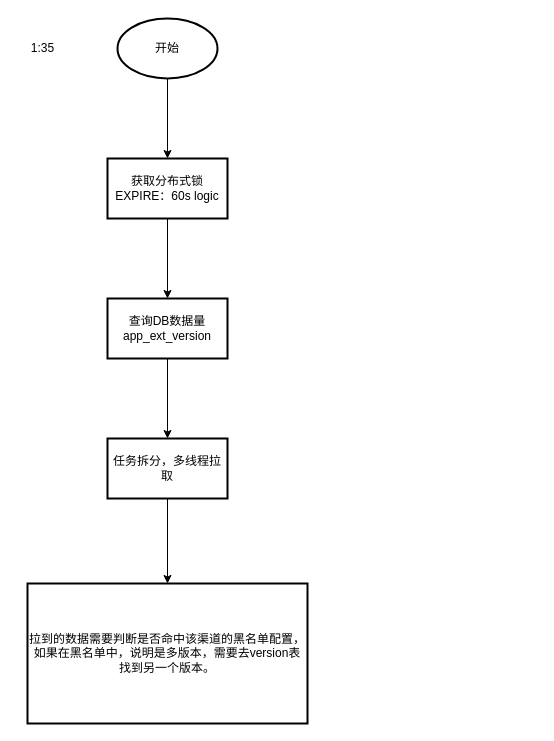
ETHAN0430/draw.io.repo keeps this draw.io diagram as 资源渠道包加载.drawio. Above is the earlier version. Source tidied: cells renumbered, new cells numbered last; positions are measured from the earlier drawing's top-left corner, leaving out a move shared by most shapes. Both pictures are drawn from the tidied source at 100%, with x=0, y=0 at pixel (17, 18).
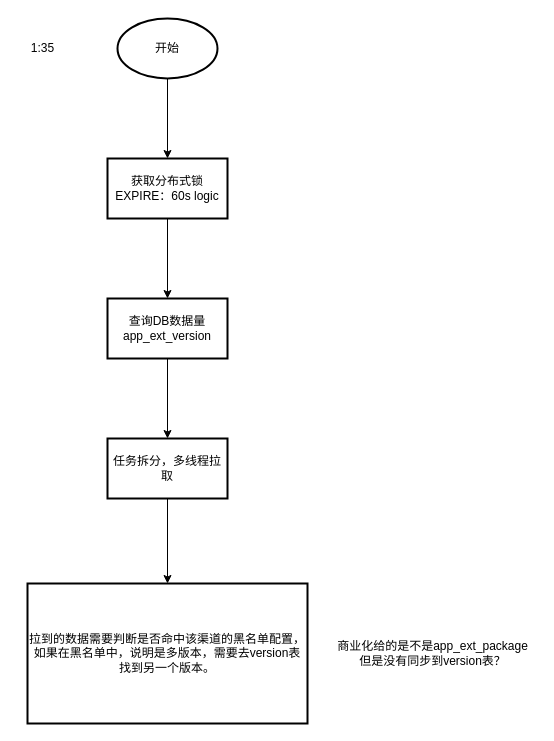
After the change.

Commit message:
更新资源渠道包加载.drawio

The edit, as a diff of the source:
```diff
@@
 <mxGraphModel>
   <root>
     <mxCell id="0" />
     <mxCell id="1" parent="0" />
     <mxCell id="2" style="edgeStyle=orthogonalEdgeStyle;rounded=0;jettySize=auto;html=1;" parent="1" edge="1" source="3" target="6">
       <mxGeometry relative="1" as="geometry" />
     </mxCell>
     <mxCell id="3" value="开始" style="strokeWidth=2;html=1;shape=mxgraph.flowchart.start_1;whiteSpace=wrap;" parent="1" vertex="1">
       <mxGeometry x="100" width="100" height="60" as="geometry" />
     </mxCell>
     <mxCell id="4" value="1:35" style="text;html=1;align=center;verticalAlign=middle;strokeColor=none;fillColor=none;" parent="1" vertex="1">
       <mxGeometry y="15" width="50" height="30" as="geometry" />
     </mxCell>
     <mxCell id="5" style="edgeStyle=orthogonalEdgeStyle;rounded=0;jettySize=auto;html=1;" parent="1" edge="1" source="6" target="8">
       <mxGeometry relative="1" as="geometry" />
     </mxCell>
     <mxCell id="6" value="获取分布式锁&lt;br&gt;EXPIRE：60s logic" style="whiteSpace=wrap;html=1;strokeWidth=2;" parent="1" vertex="1">
       <mxGeometry x="90" y="140" width="120" height="60" as="geometry" />
     </mxCell>
     <mxCell id="7" style="edgeStyle=orthogonalEdgeStyle;rounded=0;jettySize=auto;html=1;" parent="1" edge="1" source="8" target="10">
       <mxGeometry relative="1" as="geometry" />
     </mxCell>
     <mxCell id="8" value="查询DB数据量&lt;br&gt;app_ext_version" style="whiteSpace=wrap;html=1;strokeWidth=2;" parent="1" vertex="1">
       <mxGeometry x="90" y="280" width="120" height="60" as="geometry" />
     </mxCell>
     <mxCell id="9" style="edgeStyle=orthogonalEdgeStyle;rounded=0;jettySize=auto;html=1;" parent="1" edge="1" source="10" target="11">
       <mxGeometry relative="1" as="geometry" />
     </mxCell>
     <mxCell id="10" value="任务拆分，多线程拉取" style="whiteSpace=wrap;html=1;strokeWidth=2;" parent="1" vertex="1">
       <mxGeometry x="90" y="420" width="120" height="60" as="geometry" />
     </mxCell>
     <mxCell id="11" value="拉到的数据需要判断是否命中该渠道的黑名单配置，如果在黑名单中，说明是多版本，需要去version表找到另一个版本。" style="whiteSpace=wrap;html=1;strokeWidth=2;" parent="1" vertex="1">
       <mxGeometry x="10" y="565" width="280" height="140" as="geometry" />
     </mxCell>
+    <mxCell id="12" value="商业化给的是不是app_ext_package&lt;br&gt;但是没有同步到version表？" style="text;html=1;align=center;verticalAlign=middle;strokeColor=none;fillColor=none;" parent="1" vertex="1">
+      <mxGeometry x="310" y="615" width="210" height="40" as="geometry" />
+    </mxCell>
   </root>
 </mxGraphModel>
```
